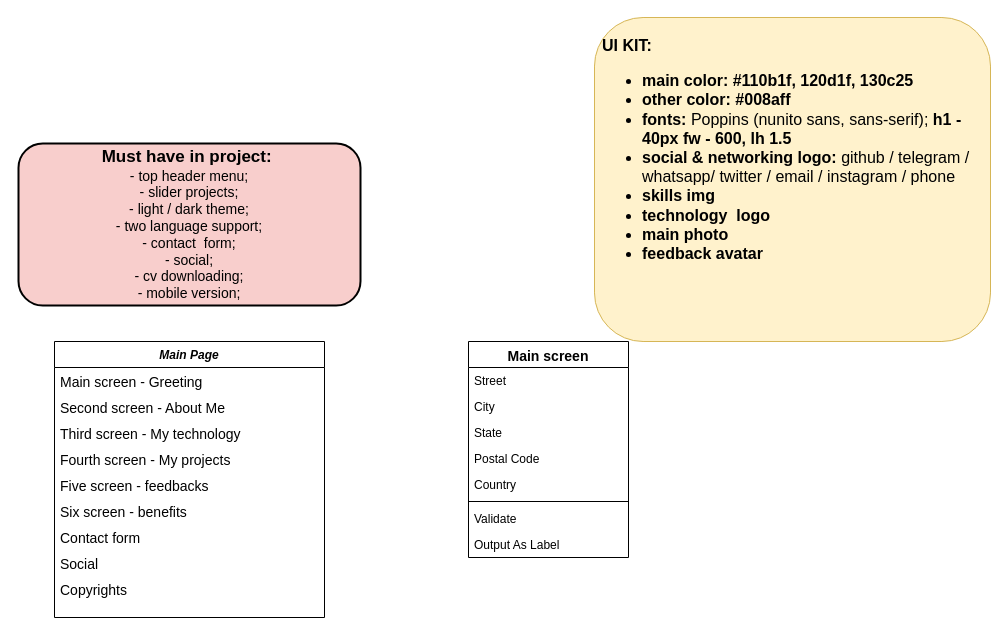
Before: Untitled Diagram.drawio in vigonin83/my-portfolio, a draw.io diagram. Source tidied: cells renumbered, new cells numbered last; positions are measured from the earlier drawing's top-left corner, leaving out a move shared by most shapes. Both pictures are drawn from the tidied source at 100%, with x=0, y=0 at pixel (18, 17).
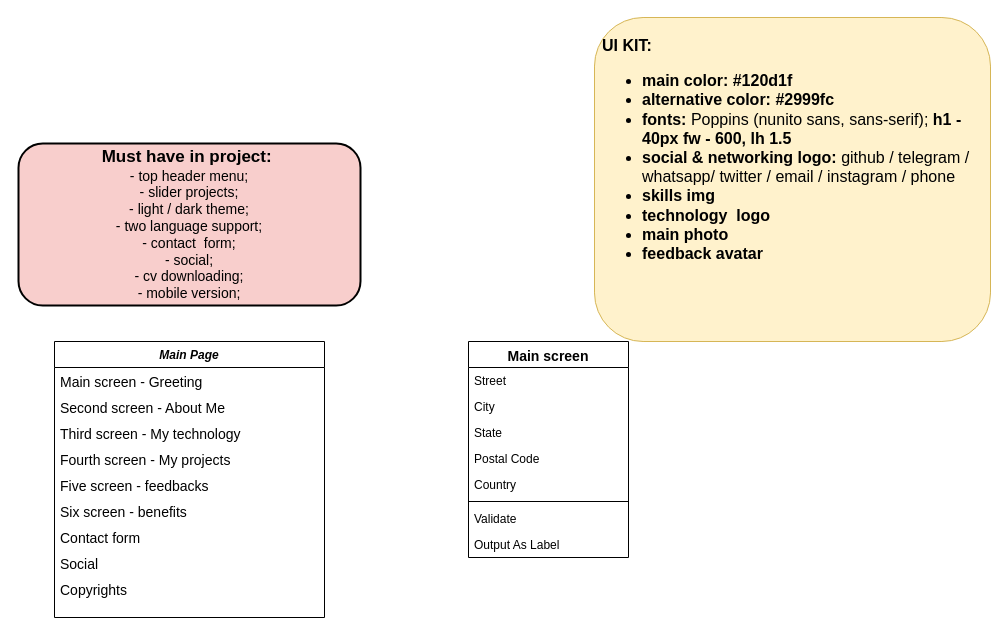
After the change.

The edit, as a diff of the source:
```diff
@@
-    <mxCell id="22" value="UI KIT:&lt;br&gt;&lt;ul&gt;&lt;li&gt;main color: #110b1f,&amp;nbsp;120d1f,&amp;nbsp;130c25&lt;/li&gt;&lt;li&gt;other color: #008aff&lt;/li&gt;&lt;li&gt;fonts: &lt;span style=&quot;font-weight: 400;&quot;&gt;Poppins (nunito sans, sans-serif);&amp;nbsp;&lt;/span&gt;h1 - 40px fw - 600, lh 1.5&lt;/li&gt;&lt;li&gt;social &amp;amp; networking logo: &lt;span style=&quot;font-weight: 400;&quot;&gt;github / telegram / whatsapp/ twitter / email / instagram / phone&amp;nbsp;&lt;/span&gt;&lt;/li&gt;&lt;li&gt;skills img&lt;/li&gt;&lt;li&gt;technology&amp;nbsp; logo&lt;/li&gt;&lt;li&gt;main photo&lt;/li&gt;&lt;li&gt;feedback avatar&lt;/li&gt;&lt;/ul&gt;" style="rounded=1;fillColor=#fff2cc;strokeColor=#d6b656;align=left;fontStyle=1;fontSize=16;labelBackgroundColor=none;labelBorderColor=none;whiteSpace=wrap;html=1;spacingLeft=6;spacingBottom=0;horizontal=1;verticalAlign=top;spacingTop=12;" parent="1" vertex="1">
+    <mxCell id="22" value="UI KIT:&lt;br&gt;&lt;ul&gt;&lt;li&gt;main color: #120d1f&lt;/li&gt;&lt;li&gt;alternative color: #2999fc&lt;/li&gt;&lt;li&gt;fonts: &lt;span style=&quot;font-weight: 400;&quot;&gt;Poppins (nunito sans, sans-serif);&amp;nbsp;&lt;/span&gt;h1 - 40px fw - 600, lh 1.5&lt;/li&gt;&lt;li&gt;social &amp;amp; networking logo: &lt;span style=&quot;font-weight: 400;&quot;&gt;github / telegram / whatsapp/ twitter / email / instagram / phone&amp;nbsp;&lt;/span&gt;&lt;/li&gt;&lt;li&gt;skills img&lt;/li&gt;&lt;li&gt;technology&amp;nbsp; logo&lt;/li&gt;&lt;li&gt;main photo&lt;/li&gt;&lt;li&gt;feedback avatar&lt;/li&gt;&lt;/ul&gt;" style="rounded=1;fillColor=#fff2cc;strokeColor=#d6b656;align=left;fontStyle=1;fontSize=16;labelBackgroundColor=none;labelBorderColor=none;whiteSpace=wrap;html=1;spacingLeft=6;spacingBottom=0;horizontal=1;verticalAlign=top;spacingTop=12;" parent="1" vertex="1">
       <mxGeometry x="576" width="396" height="324" as="geometry" />
     </mxCell>
```
